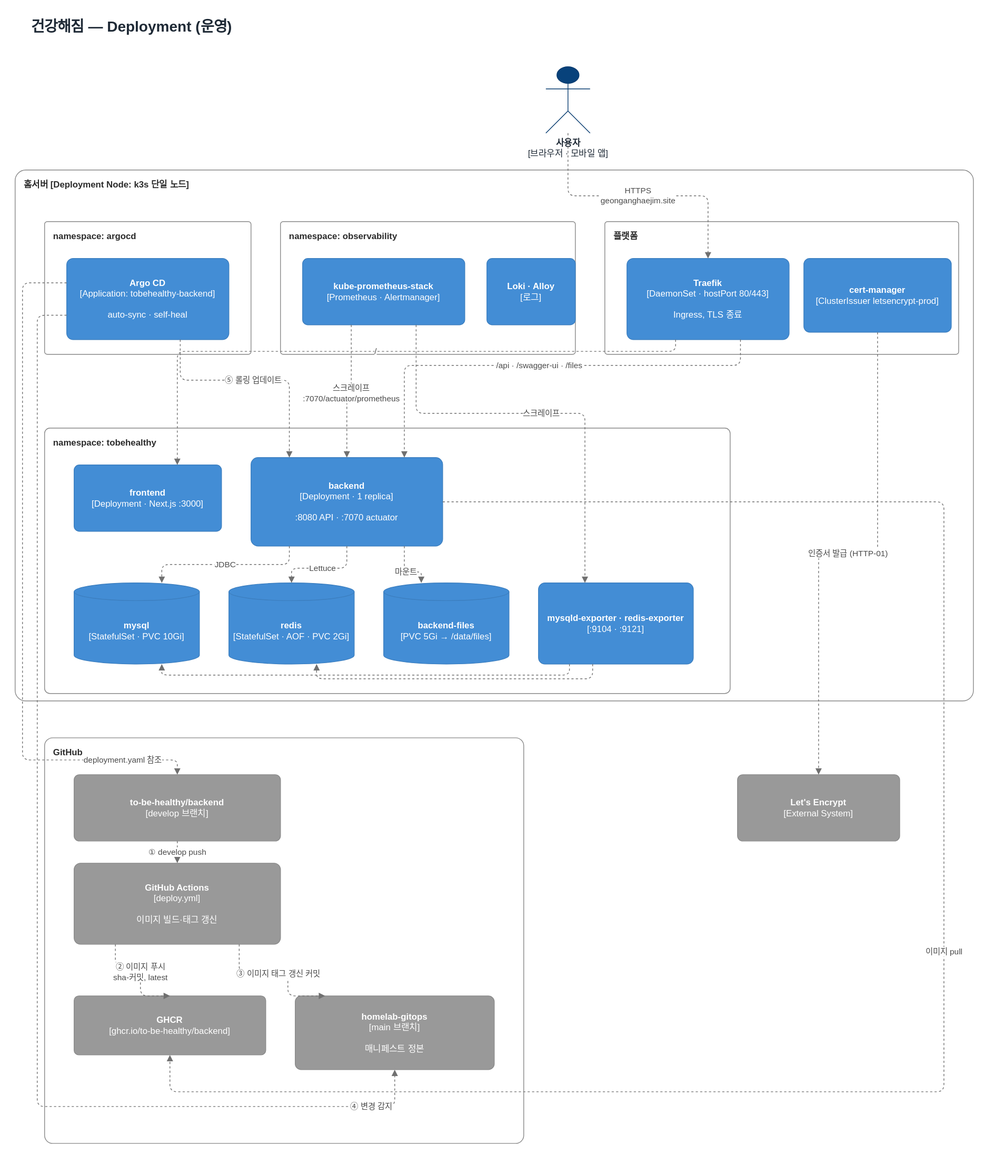
Earlier version of the draw.io export docs/diagrams/c4-deployment.drawio.svg (geonganghaegym/geonganghaegym-backend). Source tidied: cells renumbered, new cells last; positions are measured from the earlier drawing's top-left corner, leaving out a move shared by most shapes.
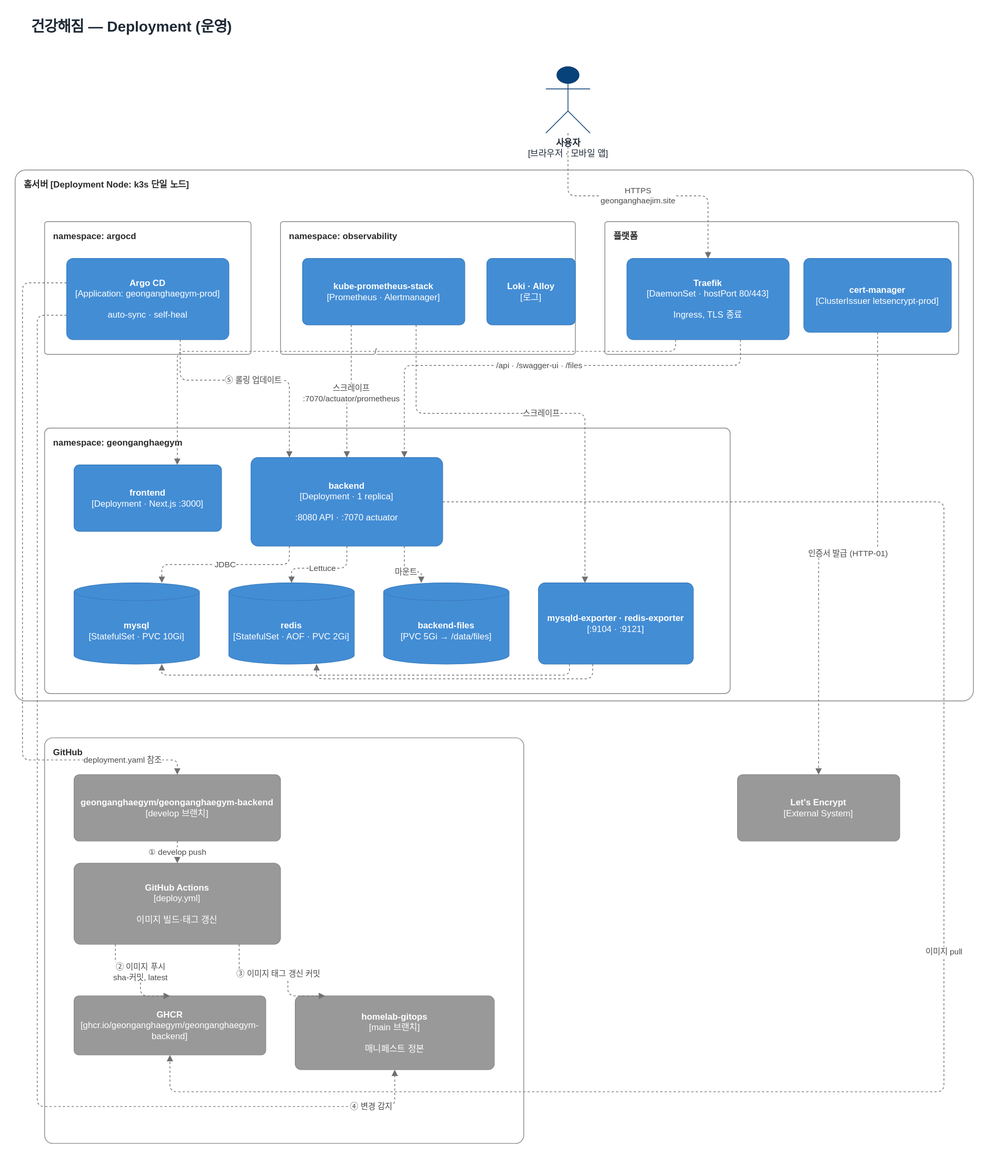
Later version of the same file.

Commit message:
chore: 남은 to-be-healthy 식별자를 geonganghaegym으로 정리한다

Diff of the diagram source:
```diff
@@ -14,7 +14,7 @@
     <mxCell id="5" value="namespace: argocd" style="rounded=1;arcSize=2;whiteSpace=wrap;html=1;fillColor=none;strokeColor=#888888;verticalAlign=top;align=left;spacingLeft=10;spacingTop=6;fontSize=12;fontStyle=1;fontColor=#2B2B2B;" parent="1" vertex="1">
       <mxGeometry x="40" y="280" width="280" height="180" as="geometry" />
     </mxCell>
-    <mxCell id="6" value="&lt;b&gt;Argo CD&lt;/b&gt;&lt;br&gt;[Application: tobehealthy-backend]&lt;br&gt;&lt;br&gt;auto-sync · self-heal" style="rounded=1;arcSize=8;whiteSpace=wrap;html=1;fontSize=12;fillColor=#438DD5;strokeColor=#3C7FC0;fontColor=#FFFFFF;" parent="1" vertex="1">
+    <mxCell id="6" value="&lt;b&gt;Argo CD&lt;/b&gt;&lt;br&gt;[Application: geonganghaegym-prod]&lt;br&gt;&lt;br&gt;auto-sync · self-heal" style="rounded=1;arcSize=8;whiteSpace=wrap;html=1;fontSize=12;fillColor=#438DD5;strokeColor=#3C7FC0;fontColor=#FFFFFF;" parent="1" vertex="1">
       <mxGeometry x="70" y="330" width="220" height="110" as="geometry" />
     </mxCell>
     <mxCell id="7" value="namespace: observability" style="rounded=1;arcSize=2;whiteSpace=wrap;html=1;fillColor=none;strokeColor=#888888;verticalAlign=top;align=left;spacingLeft=10;spacingTop=6;fontSize=12;fontStyle=1;fontColor=#2B2B2B;" parent="1" vertex="1">
@@ -35,9 +35,9 @@
     <mxCell id="12" value="&lt;b&gt;cert-manager&lt;/b&gt;&lt;br&gt;[ClusterIssuer letsencrypt-prod]" style="rounded=1;arcSize=8;whiteSpace=wrap;html=1;fontSize=12;fillColor=#438DD5;strokeColor=#3C7FC0;fontColor=#FFFFFF;" parent="1" vertex="1">
       <mxGeometry x="1070" y="330" width="200" height="100" as="geometry" />
     </mxCell>
-    <mxCell id="13" value="namespace: tobehealthy" style="rounded=1;arcSize=2;whiteSpace=wrap;html=1;fillColor=none;strokeColor=#888888;verticalAlign=top;align=left;spacingLeft=10;spacingTop=6;fontSize=12;fontStyle=1;fontColor=#2B2B2B;" parent="1" vertex="1">
-      <mxGeometry x="40" y="560" width="930" height="360" as="geometry" />
-    </mxCell>
+    <mxCell id="44" value="namespace: geonganghaegym" style="rounded=1;arcSize=2;whiteSpace=wrap;html=1;fillColor=none;strokeColor=#888888;verticalAlign=top;align=left;spacingLeft=10;spacingTop=6;fontSize=12;fontStyle=1;fontColor=#2B2B2B;" parent="1" vertex="1">
+      <mxGeometry x="40" y="560" width="930" height="360" as="geometry" />
+    </mxCell>
     <mxCell id="14" value="&lt;b&gt;frontend&lt;/b&gt;&lt;br&gt;[Deployment · Next.js :3000]" style="rounded=1;arcSize=8;whiteSpace=wrap;html=1;fontSize=12;fillColor=#438DD5;strokeColor=#3C7FC0;fontColor=#FFFFFF;" parent="1" vertex="1">
       <mxGeometry x="80" y="610" width="200" height="90" as="geometry" />
     </mxCell>
@@ -62,13 +62,13 @@
     <mxCell id="21" value="GitHub" style="rounded=1;arcSize=2;whiteSpace=wrap;html=1;fillColor=none;strokeColor=#888888;verticalAlign=top;align=left;spacingLeft=10;spacingTop=6;fontSize=12;fontStyle=1;fontColor=#2B2B2B;" parent="1" vertex="1">
       <mxGeometry x="40" y="980" width="650" height="550" as="geometry" />
     </mxCell>
-    <mxCell id="22" value="&lt;b&gt;to-be-healthy/backend&lt;/b&gt;&lt;br&gt;[develop 브랜치]" style="rounded=1;arcSize=8;whiteSpace=wrap;html=1;fontSize=12;fillColor=#999999;strokeColor=#8A8A8A;fontColor=#FFFFFF;" parent="1" vertex="1">
+    <mxCell id="22" value="&lt;b&gt;geonganghaegym/geonganghaegym-backend&lt;/b&gt;&lt;br&gt;[develop 브랜치]" style="rounded=1;arcSize=8;whiteSpace=wrap;html=1;fontSize=12;fillColor=#999999;strokeColor=#8A8A8A;fontColor=#FFFFFF;" parent="1" vertex="1">
       <mxGeometry x="80" y="1030" width="280" height="90" as="geometry" />
     </mxCell>
     <mxCell id="23" value="&lt;b&gt;GitHub Actions&lt;/b&gt;&lt;br&gt;[deploy.yml]&lt;br&gt;&lt;br&gt;이미지 빌드·태그 갱신" style="rounded=1;arcSize=8;whiteSpace=wrap;html=1;fontSize=12;fillColor=#999999;strokeColor=#8A8A8A;fontColor=#FFFFFF;" parent="1" vertex="1">
       <mxGeometry x="80" y="1150" width="280" height="110" as="geometry" />
     </mxCell>
-    <mxCell id="24" value="&lt;b&gt;GHCR&lt;/b&gt;&lt;br&gt;[ghcr.io/to-be-healthy/backend]" style="rounded=1;arcSize=8;whiteSpace=wrap;html=1;fontSize=12;fillColor=#999999;strokeColor=#8A8A8A;fontColor=#FFFFFF;" parent="1" vertex="1">
+    <mxCell id="24" value="&lt;b&gt;GHCR&lt;/b&gt;&lt;br&gt;[ghcr.io/geonganghaegym/geonganghaegym-backend]" style="rounded=1;arcSize=8;whiteSpace=wrap;html=1;fontSize=12;fillColor=#999999;strokeColor=#8A8A8A;fontColor=#FFFFFF;" parent="1" vertex="1">
       <mxGeometry x="80" y="1330" width="260" height="80" as="geometry" />
     </mxCell>
     <mxCell id="25" value="&lt;b&gt;homelab-gitops&lt;/b&gt;&lt;br&gt;[main 브랜치]&lt;br&gt;&lt;br&gt;매니페스트 정본" style="rounded=1;arcSize=8;whiteSpace=wrap;html=1;fontSize=12;fillColor=#999999;strokeColor=#8A8A8A;fontColor=#FFFFFF;" parent="1" vertex="1">
```
